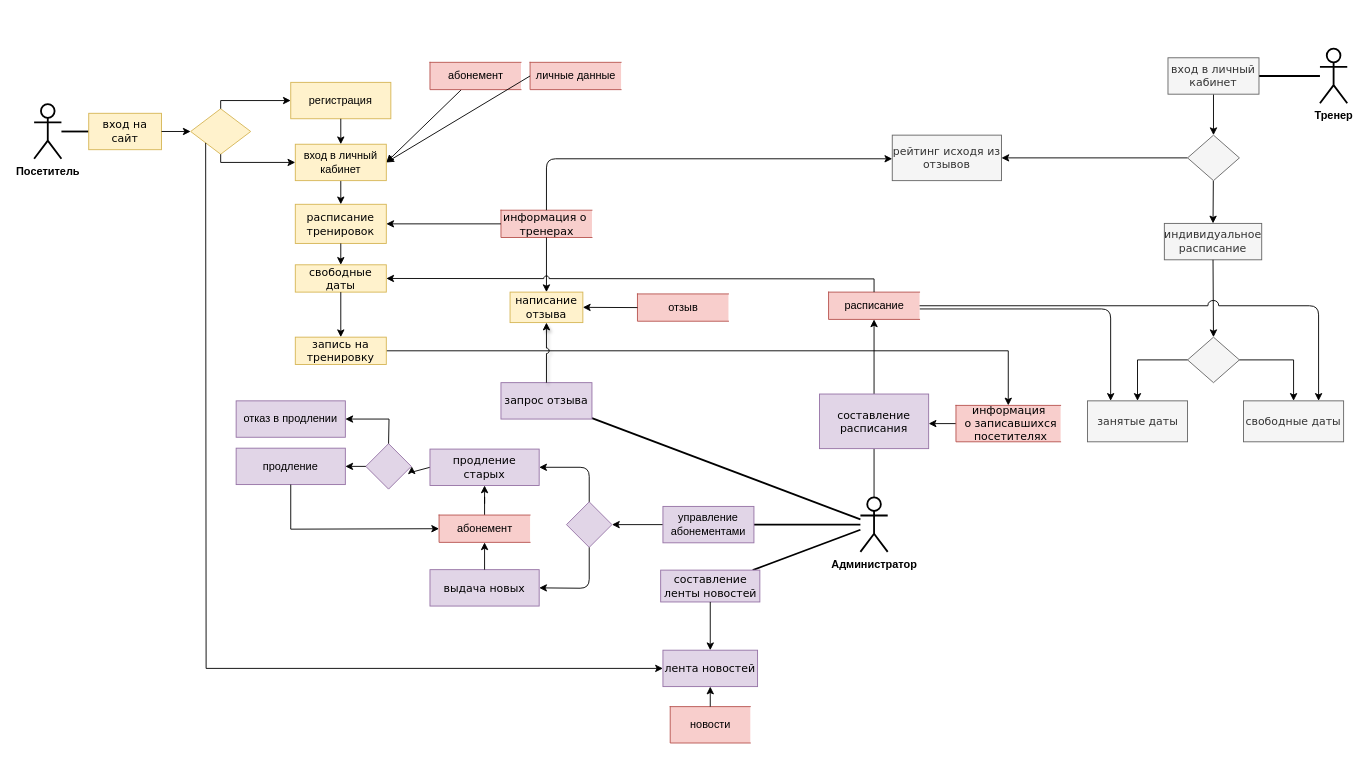
yuliapyrikova/- keeps this draw.io diagram as диаграмма действий.drawio. Above is the earlier version. Source tidied: cells renumbered, new cells numbered last; positions are measured from the earlier drawing's top-left corner, leaving out a move shared by most shapes. Both pictures are drawn from the tidied source at 91%, with x=0, y=0 at pixel (34, 48).
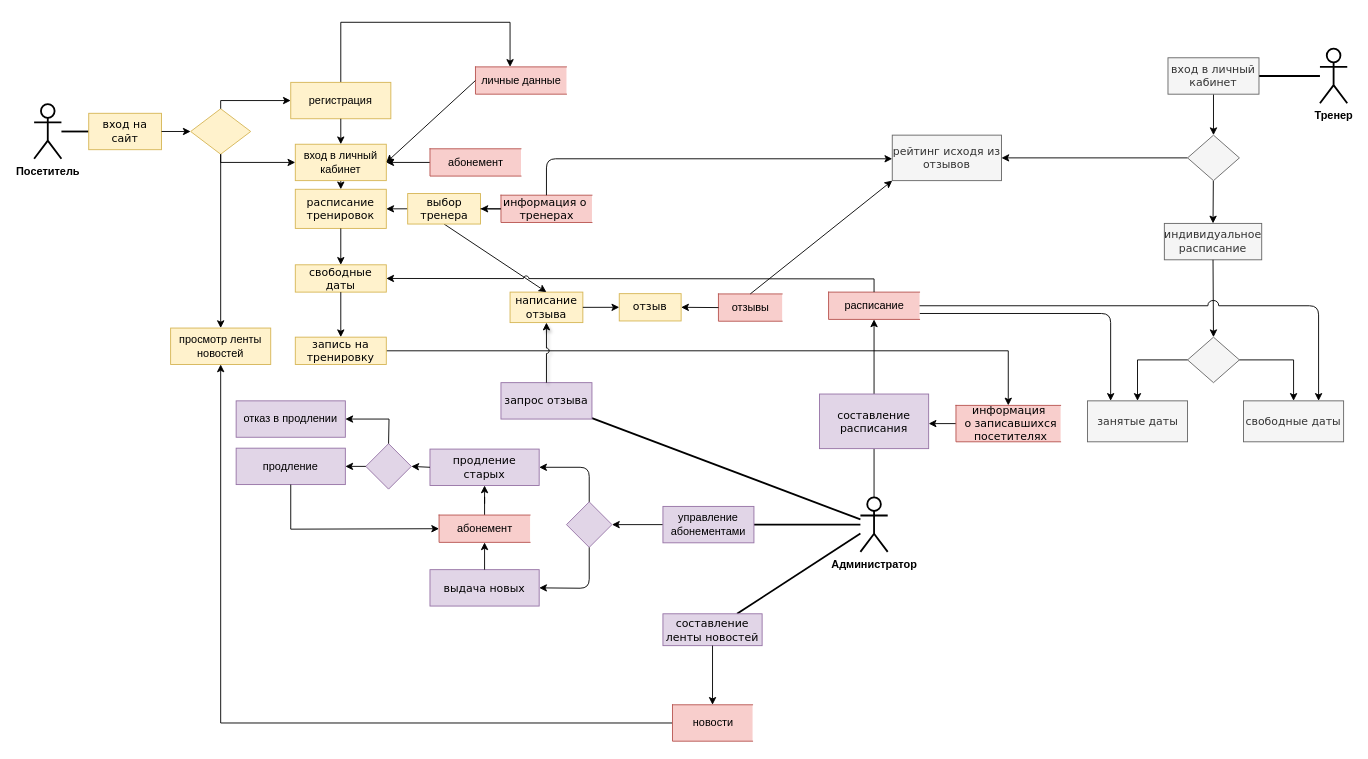
After the change.

Unchanged cells that the change refers to:
```xml
<mxCell id="27" value="&lt;font face=&quot;Verdana&quot;&gt;занятые даты&lt;/font&gt;" style="rounded=0;whiteSpace=wrap;html=1;fillColor=#f5f5f5;strokeColor=#666666;fontColor=#333333;" parent="1" vertex="1">
  <mxGeometry x="1157.5" y="387" width="110" height="45" as="geometry" />
</mxCell>
<mxCell id="35" value="&lt;font style=&quot;font-size: 12px&quot; face=&quot;Verdana&quot;&gt;продление старых&lt;/font&gt;" style="rounded=0;whiteSpace=wrap;html=1;strokeWidth=1;fillColor=#e1d5e7;strokeColor=#9673a6;" parent="1" vertex="1">
  <mxGeometry x="435" y="440" width="120" height="40" as="geometry" />
</mxCell>
<mxCell id="42" value="&lt;font face=&quot;Verdana&quot;&gt;написание отзыва&lt;/font&gt;" style="whiteSpace=wrap;html=1;dashed=0;strokeWidth=1;fillColor=#fff2cc;strokeColor=#d6b656;" parent="1" vertex="1">
  <mxGeometry x="523" y="267.5" width="80" height="33.5" as="geometry" />
</mxCell>
<mxCell id="44" value="&lt;font face=&quot;Verdana&quot;&gt;рейтинг исходя из отзывов&lt;/font&gt;" style="rounded=0;whiteSpace=wrap;html=1;strokeWidth=1;fillColor=#f5f5f5;strokeColor=#666666;fontColor=#333333;" parent="1" vertex="1">
  <mxGeometry x="943" y="95" width="120" height="50" as="geometry" />
</mxCell>
<mxCell id="52" value="расписание" style="html=1;dashed=0;whitespace=wrap;shape=partialRectangle;right=0;fillColor=#f8cecc;strokeColor=#b85450;" parent="1" vertex="1">
  <mxGeometry x="873" y="267.5" width="100" height="30" as="geometry" />
</mxCell>
<mxCell id="55" style="rhombus;whiteSpace=wrap;html=1;fillColor=#fff2cc;strokeColor=#d6b656;" parent="1" vertex="1">
  <mxGeometry x="172" y="66" width="66" height="50" as="geometry" />
</mxCell>
<mxCell id="56" value="регистрация" style="rounded=0;whiteSpace=wrap;html=1;hachureGap=4;strokeWidth=1;fillColor=#fff2cc;strokeColor=#d6b656;" parent="1" vertex="1">
  <mxGeometry x="282" y="37" width="110" height="40" as="geometry" />
</mxCell>
<mxCell id="62" style="rhombus;whiteSpace=wrap;html=1;strokeWidth=1;fillColor=#e1d5e7;strokeColor=#9673a6;" parent="1" vertex="1">
  <mxGeometry x="364.5" y="434" width="50" height="50" as="geometry" />
</mxCell>
```

What changed in the source:
```diff
@@
     <mxCell id="13" value="&lt;font face=&quot;Verdana&quot;&gt;расписание тренировок&lt;/font&gt;" style="whiteSpace=wrap;html=1;rounded=0;strokeWidth=1;hachureGap=4;fillColor=#fff2cc;strokeColor=#d6b656;" parent="1" vertex="1">
-      <mxGeometry x="287" y="171" width="100" height="43" as="geometry" />
+      <mxGeometry x="287" y="154.5" width="100" height="43" as="geometry" />
     </mxCell>
@@
+    <mxCell id="84" style="edgeStyle=orthogonalEdgeStyle;rounded=0;jettySize=auto;html=1;fontSize=16;" parent="1" edge="1" source="16" target="91">
+      <mxGeometry relative="1" as="geometry" />
+    </mxCell>
     <mxCell id="16" value="&lt;font face=&quot;Verdana&quot;&gt;информация о&amp;nbsp;&lt;br&gt;тренерах&lt;/font&gt;" style="html=1;dashed=0;whitespace=wrap;shape=partialRectangle;right=0;fontSize=12;strokeWidth=1;fillColor=#f8cecc;strokeColor=#b85450;" parent="1" vertex="1">
-      <mxGeometry x="513" y="177.5" width="100" height="30" as="geometry" />
+      <mxGeometry x="513" y="161" width="100" height="30" as="geometry" />
     </mxCell>
@@
-    <mxCell id="34" style="edgeStyle=orthogonalEdgeStyle;rounded=1;jumpStyle=arc;jumpSize=12;jettySize=auto;html=1;" parent="1" edge="1" source="35" target="62">
-      <mxGeometry relative="1" as="geometry" />
-    </mxCell>
@@
-    <mxCell id="43" style="endArrow=classic;html=1;strokeWidth=1;entryX=0.5;entryY=0;entryDx=0;entryDy=0;" parent="1" edge="1" source="16" target="42">
+    <mxCell id="43" style="endArrow=classic;html=1;strokeWidth=1;entryX=0.5;entryY=0;entryDx=0;entryDy=0;exitX=0.5;exitY=1;exitDx=0;exitDy=0;" parent="1" edge="1" source="91" target="42">
       <mxGeometry relative="1" as="geometry" />
     </mxCell>
@@
     <mxCell id="47" value="&lt;font face=&quot;Verdana&quot;&gt;составление ленты новостей&lt;/font&gt;" style="rounded=0;whiteSpace=wrap;html=1;strokeWidth=1;fillColor=#e1d5e7;strokeColor=#9673a6;" parent="1" vertex="1">
-      <mxGeometry x="688.5" y="573" width="109" height="35" as="geometry" />
+      <mxGeometry x="691" y="621" width="109" height="35" as="geometry" />
     </mxCell>
@@
+    <mxCell id="85" style="edgeStyle=orthogonalEdgeStyle;rounded=0;jettySize=auto;html=1;" parent="1" edge="1" source="50" target="87">
+      <mxGeometry relative="1" as="geometry" />
+    </mxCell>
     <mxCell id="50" value="новости" style="html=1;dashed=0;whitespace=wrap;shape=partialRectangle;right=0;fontSize=12;strokeWidth=1;fillColor=#f8cecc;strokeColor=#b85450;" parent="1" vertex="1">
-      <mxGeometry x="699" y="723" width="88" height="40" as="geometry" />
+      <mxGeometry x="701.5" y="721" width="88" height="40" as="geometry" />
     </mxCell>
     <mxCell id="51" style="edgeStyle=orthogonalEdgeStyle;rounded=1;jettySize=auto;html=1;endArrow=classic;endFill=1;" parent="1" edge="1" source="52" target="27">
       <mxGeometry relative="1" as="geometry">
         <Array as="points">
-          <mxPoint x="1183" y="286" />
+          <mxPoint x="1183" y="291" />
         </Array>
       </mxGeometry>
     </mxCell>
@@
-    <mxCell id="53" value="отзыв" style="html=1;dashed=0;whitespace=wrap;shape=partialRectangle;right=0;fillColor=#f8cecc;strokeColor=#b85450;" parent="1" vertex="1">
-      <mxGeometry x="663" y="269.5" width="100" height="30" as="geometry" />
+    <mxCell id="53" value="отзывы" style="html=1;dashed=0;whitespace=wrap;shape=partialRectangle;right=0;fillColor=#f8cecc;strokeColor=#b85450;" parent="1" vertex="1">
+      <mxGeometry x="752" y="269.5" width="70" height="30" as="geometry" />
     </mxCell>
@@
+    <mxCell id="86" style="edgeStyle=orthogonalEdgeStyle;rounded=0;jettySize=auto;html=1;" parent="1" edge="1" source="56" target="81">
+      <mxGeometry relative="1" as="geometry">
+        <Array as="points">
+          <mxPoint x="337" y="-29" />
+          <mxPoint x="523" y="-29" />
+        </Array>
+      </mxGeometry>
+    </mxCell>
@@
     <mxCell id="61" value="абонемент" style="html=1;dashed=0;whitespace=wrap;shape=partialRectangle;right=0;fontSize=12;strokeWidth=1;fillColor=#f8cecc;strokeColor=#b85450;" parent="1" vertex="1">
-      <mxGeometry x="435" y="15" width="100" height="30" as="geometry" />
+      <mxGeometry x="435" y="110" width="100" height="30" as="geometry" />
     </mxCell>
@@
-    <mxCell id="69" value="&lt;font face=&quot;Verdana&quot;&gt;лента новостей&lt;/font&gt;" style="rounded=0;whiteSpace=wrap;html=1;strokeWidth=1;fillColor=#e1d5e7;strokeColor=#9673a6;" parent="1" vertex="1">
-      <mxGeometry x="691" y="661" width="104" height="40" as="geometry" />
-    </mxCell>
-    <mxCell id="70" style="endArrow=classic;html=1;rounded=0;exitX=0.5;exitY=0;exitDx=0;exitDy=0;entryX=0.5;entryY=1;entryDx=0;entryDy=0;" parent="1" edge="1" source="50" target="69">
-      <mxGeometry relative="1" as="geometry" />
-    </mxCell>
-    <mxCell id="71" style="endArrow=classic;html=1;rounded=0;exitX=0.5;exitY=1;exitDx=0;exitDy=0;entryX=0.5;entryY=0;entryDx=0;entryDy=0;" parent="1" edge="1" source="47" target="69">
+    <mxCell id="71" style="endArrow=classic;html=1;rounded=0;exitX=0.5;exitY=1;exitDx=0;exitDy=0;" parent="1" edge="1" source="47" target="50">
       <mxGeometry relative="1" as="geometry" />
     </mxCell>
-    <mxCell id="72" style="endArrow=classic;html=1;rounded=0;exitX=0;exitY=0.5;exitDx=0;exitDy=0;entryX=1;entryY=0.5;entryDx=0;entryDy=0;" parent="1" edge="1" source="16" target="13">
+    <mxCell id="72" style="endArrow=classic;html=1;rounded=0;exitX=0;exitY=0.5;exitDx=0;exitDy=0;entryX=1;entryY=0.5;entryDx=0;entryDy=0;startArrow=none;" parent="1" edge="1" source="91" target="13">
       <mxGeometry relative="1" as="geometry" />
     </mxCell>
@@
-    <mxCell id="75" style="endArrow=classic;html=1;rounded=0;shadow=0;jumpStyle=arc;exitX=0;exitY=1;exitDx=0;exitDy=0;entryX=0;entryY=0.5;entryDx=0;entryDy=0;" parent="1" edge="1" source="55" target="69">
-      <mxGeometry relative="1" as="geometry">
-        <Array as="points">
-          <mxPoint x="189" y="681" />
-        </Array>
-      </mxGeometry>
-    </mxCell>
@@
-    <mxCell id="78" style="endArrow=classic;html=1;rounded=0;shadow=0;jumpStyle=arc;exitX=0;exitY=0.5;exitDx=0;exitDy=0;entryX=1;entryY=0.5;entryDx=0;entryDy=0;" parent="1" edge="1" source="53" target="42">
-      <mxGeometry relative="1" as="geometry" />
-    </mxCell>
@@
     <mxCell id="81" value="личные данные" style="html=1;dashed=0;whitespace=wrap;shape=partialRectangle;right=0;fontSize=12;strokeWidth=1;fillColor=#f8cecc;strokeColor=#b85450;" parent="1" vertex="1">
-      <mxGeometry x="545" y="15" width="100" height="30" as="geometry" />
+      <mxGeometry x="485" y="20" width="100" height="30" as="geometry" />
     </mxCell>
@@
+    <mxCell id="87" value="просмотр ленты новостей" style="rounded=0;whiteSpace=wrap;html=1;hachureGap=4;strokeWidth=1;fillColor=#fff2cc;strokeColor=#d6b656;" parent="1" vertex="1">
+      <mxGeometry x="150" y="307" width="110" height="40" as="geometry" />
+    </mxCell>
+    <mxCell id="88" style="endArrow=classic;html=1;rounded=0;" parent="1" edge="1" source="55" target="87">
+      <mxGeometry relative="1" as="geometry" />
+    </mxCell>
+    <mxCell id="34" style="endArrow=classic;html=1;rounded=0;fontSize=16;exitX=0;exitY=0.5;exitDx=0;exitDy=0;entryX=1;entryY=0.5;entryDx=0;entryDy=0;" parent="1" edge="1" source="35" target="62">
+      <mxGeometry relative="1" as="geometry" />
+    </mxCell>
+    <mxCell id="89" value="&lt;font face=&quot;Verdana&quot;&gt;отзыв&lt;/font&gt;" style="whiteSpace=wrap;html=1;dashed=0;strokeWidth=1;fillColor=#fff2cc;strokeColor=#d6b656;" parent="1" vertex="1">
+      <mxGeometry x="643" y="269.2" width="68" height="30" as="geometry" />
+    </mxCell>
+    <mxCell id="90" style="endArrow=classic;html=1;rounded=0;fontSize=16;exitX=1;exitY=0.5;exitDx=0;exitDy=0;entryX=0;entryY=0.5;entryDx=0;entryDy=0;" parent="1" edge="1" source="42" target="89">
+      <mxGeometry relative="1" as="geometry" />
+    </mxCell>
+    <mxCell id="91" value="&lt;font face=&quot;Verdana&quot;&gt;выбор тренера&lt;/font&gt;" style="whiteSpace=wrap;html=1;dashed=0;strokeWidth=1;fillColor=#fff2cc;strokeColor=#d6b656;" parent="1" vertex="1">
+      <mxGeometry x="410.5" y="159.2" width="80" height="33.5" as="geometry" />
+    </mxCell>
+    <mxCell id="92" style="endArrow=none;html=1;rounded=0;exitX=0;exitY=0.5;exitDx=0;exitDy=0;entryX=1;entryY=0.5;entryDx=0;entryDy=0;" parent="1" edge="1" source="16" target="91">
+      <mxGeometry relative="1" as="geometry" />
+    </mxCell>
+    <mxCell id="93" style="endArrow=classic;html=1;rounded=0;fontSize=16;entryX=1;entryY=0.5;entryDx=0;entryDy=0;exitX=0;exitY=0.5;exitDx=0;exitDy=0;" parent="1" edge="1" source="53" target="89">
+      <mxGeometry relative="1" as="geometry" />
+    </mxCell>
+    <mxCell id="94" style="endArrow=classic;html=1;rounded=0;fontSize=16;entryX=0;entryY=1;entryDx=0;entryDy=0;exitX=0.5;exitY=0;exitDx=0;exitDy=0;" parent="1" edge="1" source="53" target="44">
+      <mxGeometry relative="1" as="geometry" />
+    </mxCell>
```
